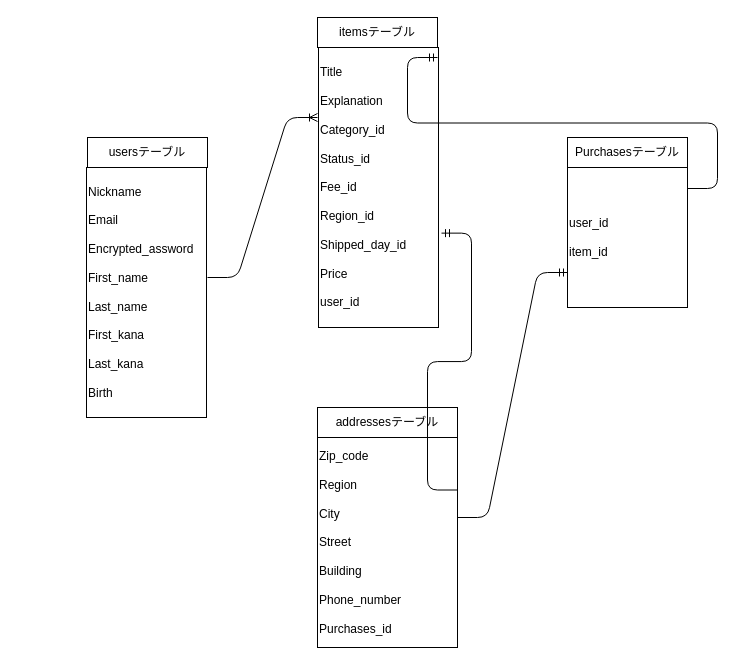
The draw.io diagram test.dio in Mmy26/furima-36994, before the edit. Source tidied: cells renumbered, new cells numbered last; positions are measured from the earlier drawing's top-left corner, leaving out a move shared by most shapes. Both pictures are drawn from the tidied source at 100%, with x=0, y=0 at pixel (17, 17).
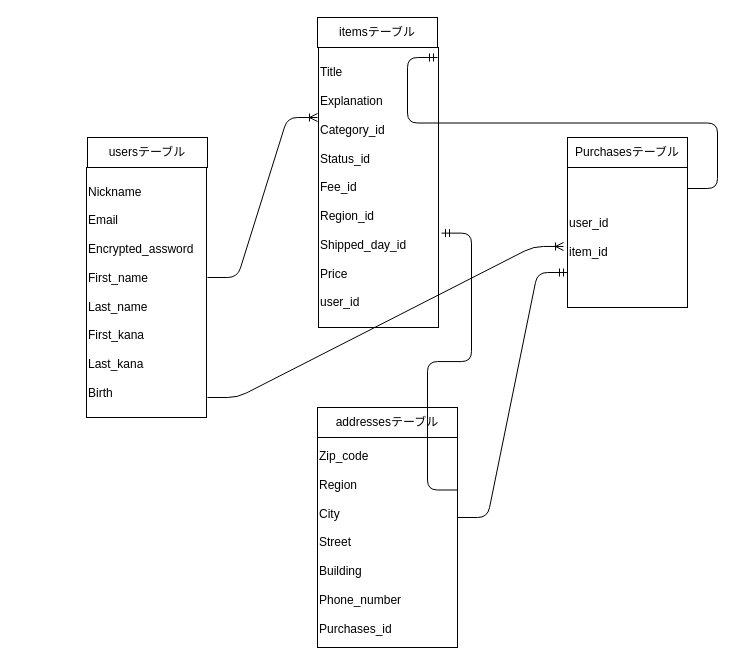
The same page after the edit.

Commit message (it also covers changes not shown here):
READMEの修正の修正２

Unchanged cells that the change refers to:
```xml
<mxCell id="9" value="user_id&lt;br&gt;&lt;br&gt;item_id" style="whiteSpace=wrap;html=1;rounded=0;sketch=0;align=left;" parent="1" vertex="1">
  <mxGeometry x="550" y="150" width="120" height="140" as="geometry" />
</mxCell>
```

The edit, as a diff of the source:
```diff
@@
+    <mxCell id="17" style="edgeStyle=entityRelationEdgeStyle;fontSize=12;html=1;endArrow=ERoneToMany;entryX=-0.033;entryY=0.564;entryDx=0;entryDy=0;entryPerimeter=0;" parent="1" edge="1" target="9">
+      <mxGeometry relative="1" as="geometry">
+        <mxPoint x="190" y="380" as="sourcePoint" />
+      </mxGeometry>
+    </mxCell>
```
